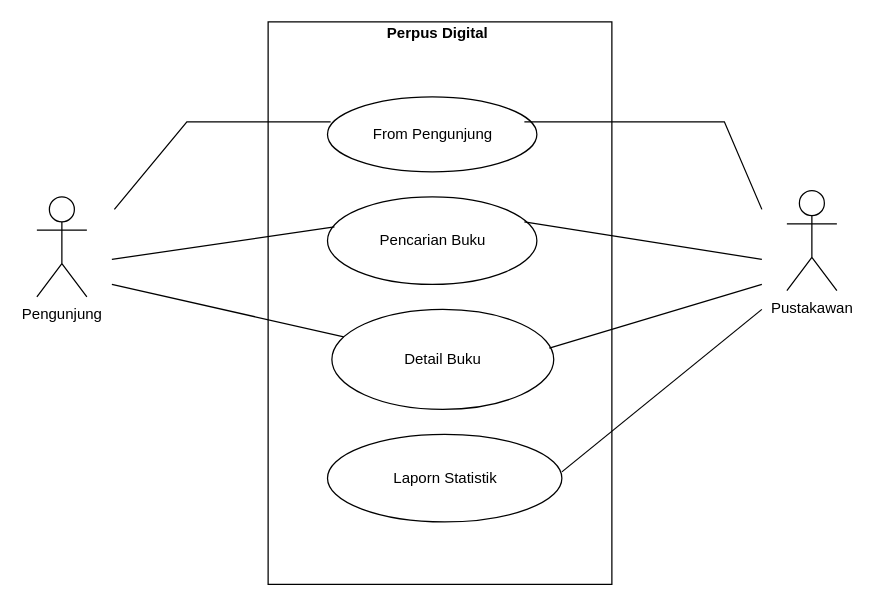
ristinuraulia2/Alur-perpus-digital keeps this draw.io diagram as Use-Case-Diagram-Digital.drawio. Above is the earlier version. Source tidied: cells renumbered, new cells numbered last; positions are measured from the earlier drawing's top-left corner, leaving out a move shared by most shapes. Both pictures are drawn from the tidied source at 125%, with x=0, y=0 at pixel (36, 21).
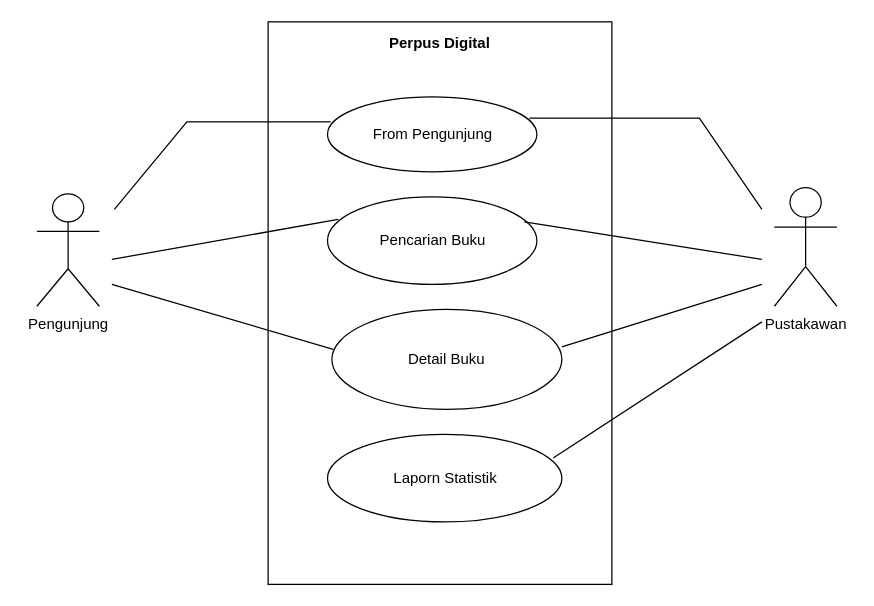
The same diagram, later.

Unchanged cells that the change refers to:
```xml
<mxCell id="4" value="From Pengunjung" style="ellipse;whiteSpace=wrap;html=1;" parent="1" vertex="1">
  <mxGeometry x="232.5" y="60" width="167.5" height="60" as="geometry" />
</mxCell>
<mxCell id="5" value="Pencarian Buku" style="ellipse;whiteSpace=wrap;html=1;" parent="1" vertex="1">
  <mxGeometry x="232.5" y="140" width="167.5" height="70" as="geometry" />
</mxCell>
<mxCell id="7" value="Laporn Statistik" style="ellipse;whiteSpace=wrap;html=1;" parent="1" vertex="1">
  <mxGeometry x="232.5" y="330" width="187.5" height="70" as="geometry" />
</mxCell>
```

Change to the diagram source:
```diff
@@
     <mxCell id="2" value="Pengunjung&lt;br&gt;" style="shape=umlActor;verticalLabelPosition=bottom;verticalAlign=top;html=1;" parent="1" vertex="1">
-      <mxGeometry y="140" width="40" height="80" as="geometry" />
+      <mxGeometry y="137.5" width="50" height="90" as="geometry" />
     </mxCell>
-    <mxCell id="3" value="&lt;b&gt;Perpus Digital&amp;nbsp;&lt;br&gt;&lt;br&gt;&lt;br&gt;&lt;br&gt;&lt;br&gt;&lt;br&gt;&lt;br&gt;&lt;br&gt;&lt;br&gt;&lt;br&gt;&lt;br&gt;&lt;br&gt;&lt;br&gt;&lt;br&gt;&lt;br&gt;&lt;br&gt;&lt;br&gt;&lt;br&gt;&lt;br&gt;&lt;br&gt;&lt;br&gt;&lt;br&gt;&lt;br&gt;&lt;br&gt;&lt;br&gt;&lt;br&gt;&lt;br&gt;&lt;br&gt;&lt;br&gt;&lt;br&gt;&lt;br&gt;&lt;/b&gt;" style="rounded=0;whiteSpace=wrap;html=1;" parent="1" vertex="1">
+    <mxCell id="3" value="&lt;b&gt;Perpus Digital&lt;br&gt;&lt;br&gt;&lt;br&gt;&lt;br&gt;&lt;br&gt;&lt;br&gt;&lt;br&gt;&lt;br&gt;&lt;br&gt;&lt;br&gt;&lt;br&gt;&lt;br&gt;&lt;br&gt;&lt;br&gt;&lt;br&gt;&lt;br&gt;&lt;br&gt;&lt;br&gt;&lt;br&gt;&lt;br&gt;&lt;br&gt;&lt;br&gt;&lt;br&gt;&lt;br&gt;&lt;br&gt;&lt;br&gt;&lt;br&gt;&lt;br&gt;&lt;br&gt;&lt;br&gt;&lt;/b&gt;" style="rounded=0;whiteSpace=wrap;html=1;" parent="1" vertex="1">
       <mxGeometry x="185" width="275" height="450" as="geometry" />
     </mxCell>
@@
     <mxCell id="6" value="Detail Buku" style="ellipse;whiteSpace=wrap;html=1;" parent="1" vertex="1">
-      <mxGeometry x="236" y="230" width="177.5" height="80" as="geometry" />
+      <mxGeometry x="236" y="230" width="184" height="80" as="geometry" />
     </mxCell>
@@
     <mxCell id="8" value="Pustakawan" style="shape=umlActor;verticalLabelPosition=bottom;verticalAlign=top;html=1;" parent="1" vertex="1">
-      <mxGeometry x="600" y="135" width="40" height="80" as="geometry" />
+      <mxGeometry x="590" y="132.5" width="50" height="95" as="geometry" />
     </mxCell>
@@
-    <mxCell id="10" style="endArrow=none;html=1;rounded=0;entryX=0.033;entryY=0.343;entryDx=0;entryDy=0;entryPerimeter=0;" parent="1" edge="1" target="5">
+    <mxCell id="10" style="endArrow=none;html=1;rounded=0;entryX=0.051;entryY=0.257;entryDx=0;entryDy=0;entryPerimeter=0;" parent="1" edge="1" target="5">
       <mxGeometry relative="1" as="geometry">
         <mxPoint x="60" y="190" as="sourcePoint" />
       </mxGeometry>
     </mxCell>
-    <mxCell id="11" style="endArrow=none;html=1;rounded=0;" parent="1" edge="1" target="6">
+    <mxCell id="11" style="endArrow=none;html=1;rounded=0;entryX=0.006;entryY=0.4;entryDx=0;entryDy=0;entryPerimeter=0;" parent="1" edge="1" target="6">
       <mxGeometry relative="1" as="geometry">
         <mxPoint x="60" y="210" as="sourcePoint" />
       </mxGeometry>
     </mxCell>
-    <mxCell id="12" style="endArrow=none;html=1;rounded=0;" parent="1" edge="1">
-      <mxGeometry relative="1" as="geometry">
-        <mxPoint x="390" y="80" as="sourcePoint" />
-        <mxPoint x="580" y="150" as="targetPoint" />
-        <Array as="points">
-          <mxPoint x="550" y="80" />
-        </Array>
-      </mxGeometry>
-    </mxCell>
@@
-    <mxCell id="14" style="endArrow=none;html=1;rounded=0;exitX=0.98;exitY=0.388;exitDx=0;exitDy=0;exitPerimeter=0;" parent="1" edge="1" source="6">
+    <mxCell id="14" style="endArrow=none;html=1;rounded=0;" parent="1" edge="1">
       <mxGeometry relative="1" as="geometry">
+        <mxPoint x="420" y="260" as="sourcePoint" />
         <mxPoint x="580" y="210" as="targetPoint" />
       </mxGeometry>
     </mxCell>
-    <mxCell id="15" style="endArrow=none;html=1;rounded=0;" parent="1" edge="1">
-      <mxGeometry relative="1" as="geometry">
-        <mxPoint x="420" y="360" as="sourcePoint" />
-        <mxPoint x="580" y="230" as="targetPoint" />
-        <Array as="points">
-          <mxPoint x="420" y="360" />
-        </Array>
-      </mxGeometry>
-    </mxCell>
+    <mxCell id="16" style="endArrow=none;html=1;rounded=0;exitX=0.964;exitY=0.283;exitDx=0;exitDy=0;exitPerimeter=0;" parent="1" edge="1" source="4">
+      <mxGeometry relative="1" as="geometry">
+        <mxPoint x="580" y="150" as="targetPoint" />
+        <Array as="points">
+          <mxPoint x="530" y="77" />
+        </Array>
+      </mxGeometry>
+    </mxCell>
+    <mxCell id="17" style="endArrow=none;html=1;rounded=0;exitX=0.963;exitY=0.271;exitDx=0;exitDy=0;exitPerimeter=0;" parent="1" edge="1" source="7">
+      <mxGeometry relative="1" as="geometry">
+        <mxPoint x="580" y="240" as="targetPoint" />
+      </mxGeometry>
+    </mxCell>
```
